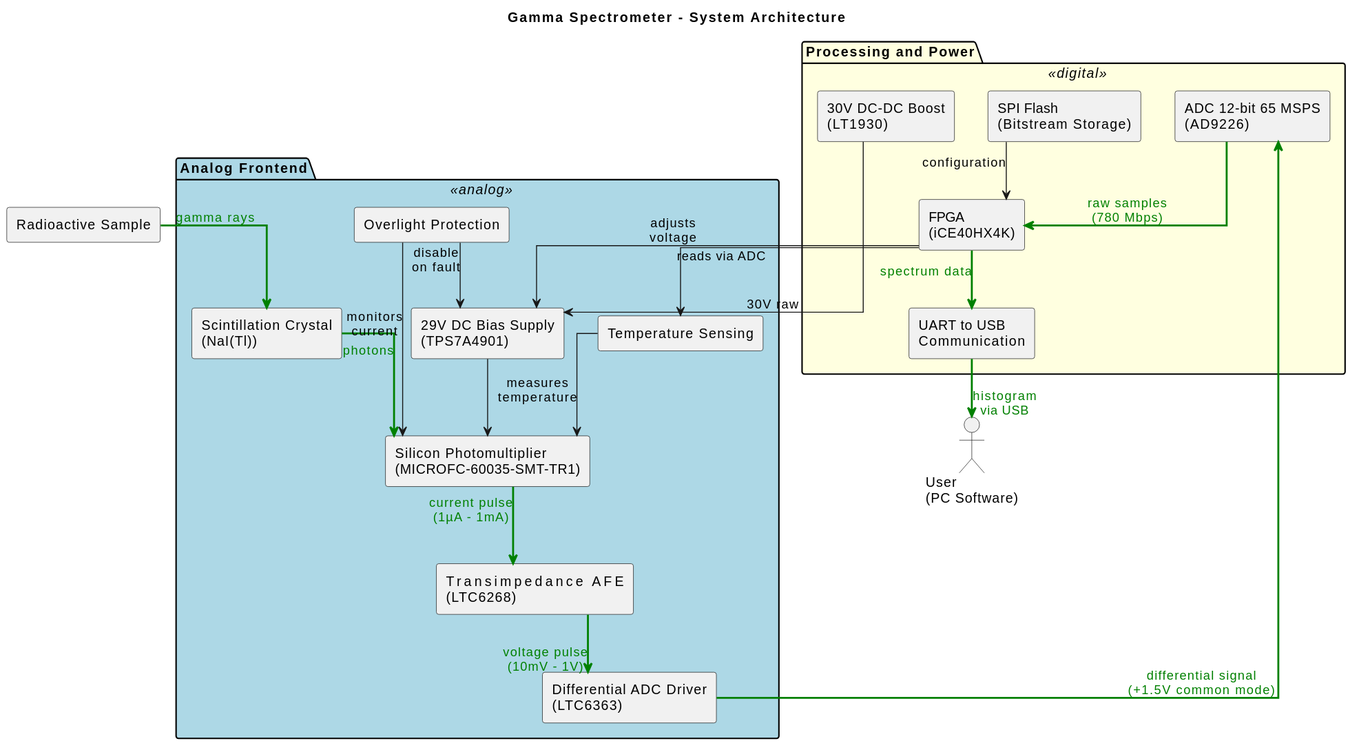
The PlantUML diagram Documentation/Diagrams/ArchitectureOverview.svg in RobertGawron/GammaSpectrometer, before a commit.
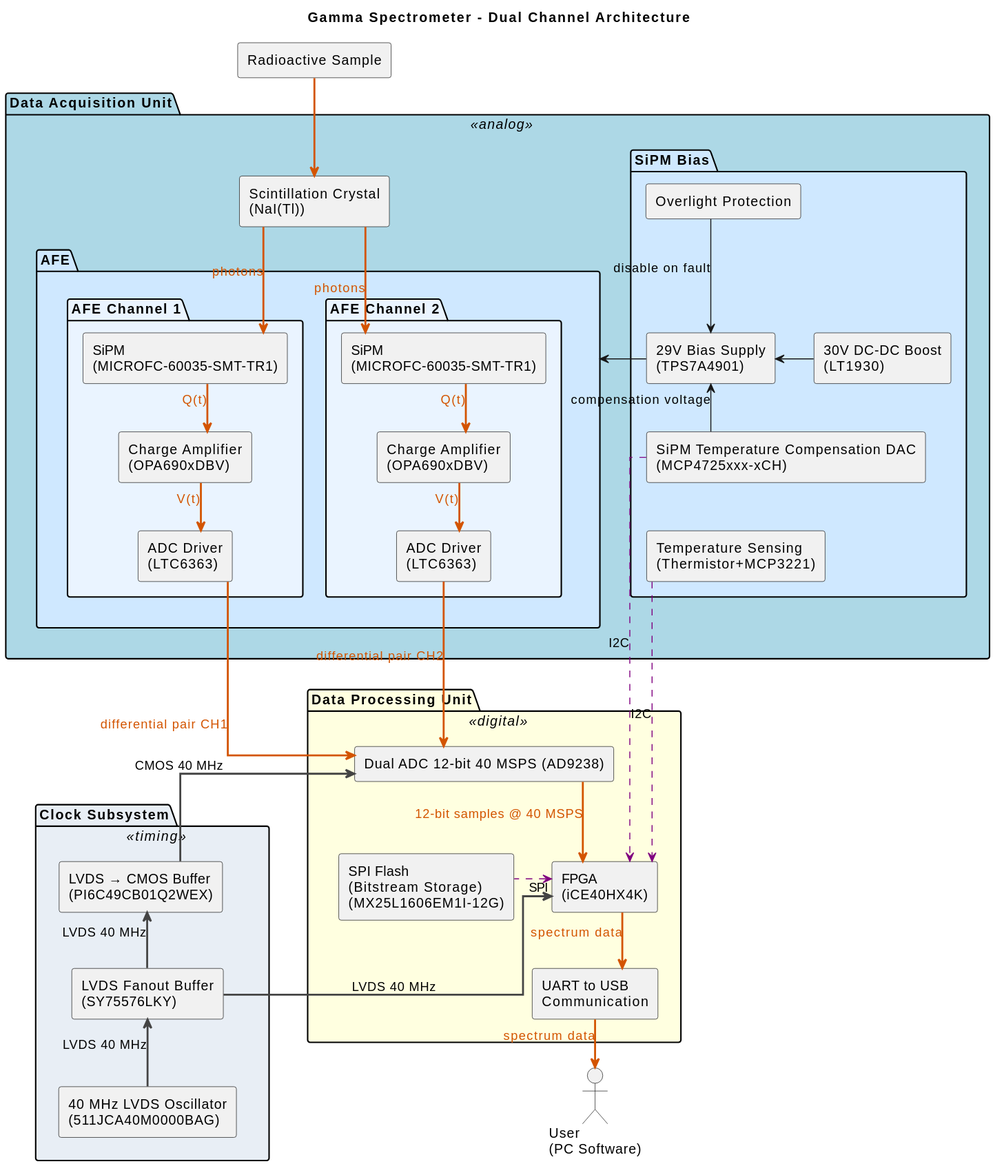
Later version of the same file.

Change to the diagram source:
```diff
@@ -1,54 +1,104 @@
 @startuml
 skinparam componentStyle rectangle
 skinparam linetype ortho
+skinparam nodesep 40
+skinparam ranksep 50
 
-title Gamma Spectrometer - System Architecture
+title Gamma Spectrometer - Dual Channel Architecture
 
 skinparam package {
     BackgroundColor<<analog>> #LightBlue
     BackgroundColor<<digital>> #LightYellow
+    BackgroundColor<<timing>> #E8EEF5
 }
 
 [Radioactive Sample] as Sample
 
-package "Analog Frontend" <<analog>> {
+package "Data Acquisition Unit" <<analog>> {
+
     component "Scintillation Crystal\n(NaI(Tl))" as Crystal
-    component "Silicon Photomultiplier\n(MICROFC-60035-SMT-TR1)" as SiPM
-    component "29V DC Bias Supply\n(TPS7A4901)" as Bias
-    component "Transimpedance Amplifier\n(LTC6268)" as TIA
-    component "Differential ADC Driver\n(LTC6363)" as DiffDriver
-    component "Temperature Sensing" as TempSense
-    component "Overlight Protection" as Protection
+
+    package "AFE" #CFE8FF {
+
+        package "AFE Channel 1" #EAF4FF {
+            component "SiPM\n(MICROFC-60035-SMT-TR1)" as SiPM_1
+            component "Charge Amplifier\n(OPA690xDBV)" as CA_1
+            component "ADC Driver\n(LTC6363)" as Driver_1
+        }
+
+        package "AFE Channel 2" #EAF4FF {
+            component "SiPM\n(MICROFC-60035-SMT-TR1)" as SiPM_2
+            component "Charge Amplifier\n(OPA690xDBV)" as CA_2
+            component "ADC Driver\n(LTC6363)" as Driver_2
+        }
+
+        SiPM_1 -down[hidden]- CA_1
+        CA_1 -down[hidden]- Driver_1
+
+        SiPM_2 -down[hidden]- CA_2
+        CA_2 -down[hidden]- Driver_2
+    }
+
+    package "SiPM Bias" #CFE8FF {
+        component "30V DC-DC Boost\n(LT1930)" as Boost
+        component "29V Bias Supply\n(TPS7A4901)" as Bias
+        component "Temperature Sensing\n(Thermistor+MCP3221)" as TempSense
+        component "SiPM Temperature Compensation DAC\n(MCP4725xxx-xCH)" as TempBias
+        component "Overlight Protection" as Protection
+    }
 }
 
-package "Processing and Power" <<digital>> {
-    component "30V DC-DC Boost\n(LT1930)" as Boost
-    component "ADC 12-bit 65 MSPS\n(AD9226)" as ADC
+package "Clock Subsystem" <<timing>> {
+    component "40 MHz LVDS Oscillator\n(511JCA40M0000BAG)" as OSC
+    component "LVDS Fanout Buffer\n(SY75576LKY)" as FANOUT
+    component "LVDS → CMOS Buffer\n(PI6C49CB01Q2WEX)" as CLKBUF
+}
+
+package "Data Processing Unit" <<digital>> {
+    component "Dual ADC 12-bit 40 MSPS (AD9238)" as ADC
+    component "SPI Flash\n(Bitstream Storage)\n(MX25L1606EM1I-12G)" as Flash
     component "FPGA\n(iCE40HX4K)" as FPGA
-    component "SPI Flash\n(Bitstream Storage)" as Flash
     component "UART to USB\nCommunication" as Comm
+
+    ADC -right[hidden]- Flash
+    FPGA -right[hidden]- Comm
 }
 
 actor "User\n(PC Software)" as User
 
-Sample -down[#green,bold]-> Crystal : <color:green>gamma rays</color>
-Crystal -[#green,bold]-> SiPM : <color:green>photons</color>
-SiPM -[#green,bold]-> TIA : <color:green>current pulse</color>\n<color:green>(1µA - 1mA)</color>
-TIA -[#green,bold]-> DiffDriver : <color:green>voltage pulse</color>\n<color:green>(10mV - 1V)</color>
-DiffDriver -[#green,bold]-> ADC : <color:green>differential signal</color>\n<color:green>(+1.5V common mode)</color>
-ADC -[#green,bold]-> FPGA : <color:green>raw samples</color>\n<color:green>(780 Mbps)</color>
-FPGA -[#green,bold]-> Comm : <color:green>spectrum data</color>
-Comm -down[#green,bold]-> User : <color:green>histogram</color>\n<color:green>via USB</color>
+Sample -down[#D35400,bold]-> Crystal
 
-Boost --> Bias : 30V raw
+Crystal -down[#D35400,bold]-> SiPM_1 : <color:#D35400>photons</color>
+SiPM_1 -down[#D35400,bold]-> CA_1 : <color:#D35400>Q(t)</color>
+CA_1 -down[#D35400,bold]-> Driver_1 : <color:#D35400>V(t)</color>
+Driver_1 -[#D35400,bold]-> ADC : <color:#D35400>differential pair CH1</color>
 
-Bias --> SiPM
-Protection --> SiPM : monitors\ncurrent
-Protection --> Bias : disable\non fault
+Crystal -down[#D35400,bold]-> SiPM_2 : <color:#D35400>photons</color>
+SiPM_2 -down[#D35400,bold]-> CA_2 : <color:#D35400>Q(t)</color>
+CA_2 -down[#D35400,bold]-> Driver_2 : <color:#D35400>V(t)</color>
+Driver_2 -[#D35400,bold]-> ADC : <color:#D35400>differential pair CH2</color>
 
-TempSense --> SiPM : measures\ntemperature
-FPGA --> TempSense : reads via ADC
-FPGA --> Bias : adjusts\nvoltage
+ADC -down[#D35400,bold]-> FPGA : <color:#D35400>12-bit samples @ 40 MSPS</color>
 
-Flash --> FPGA : configuration
+FPGA -down[#D35400,bold]-> Comm : <color:#D35400>spectrum data</color>
+Comm -down[#D35400,bold]-> User : <color:#D35400>spectrum data</color>
+
+Flash -left[#800080,dashed]---> FPGA : SPI
+
+"Clock Subsystem"-up[hidden]- "Data Processing Unit"
+OSC -up[#444444,bold]-> FANOUT : LVDS 40 MHz
+FANOUT -[#444444,bold]-> FPGA : LVDS 40 MHz
+FANOUT -up[#444444,bold]-> CLKBUF : LVDS 40 MHz
+CLKBUF -up[#444444,bold]-> ADC : CMOS 40 MHz
+
+Boost -left-> Bias
+Bias -left-> "AFE"
+Protection -down-> Bias : disable on fault
+
+TempSense -down[#800080,dashed]-> FPGA : I2C
+TempBias -[#800080,dashed]-> FPGA : I2C
+
+TempBias -up-> Bias : compensation voltage
+
+TempSense -up[hidden]- TempBias
 @enduml
```
